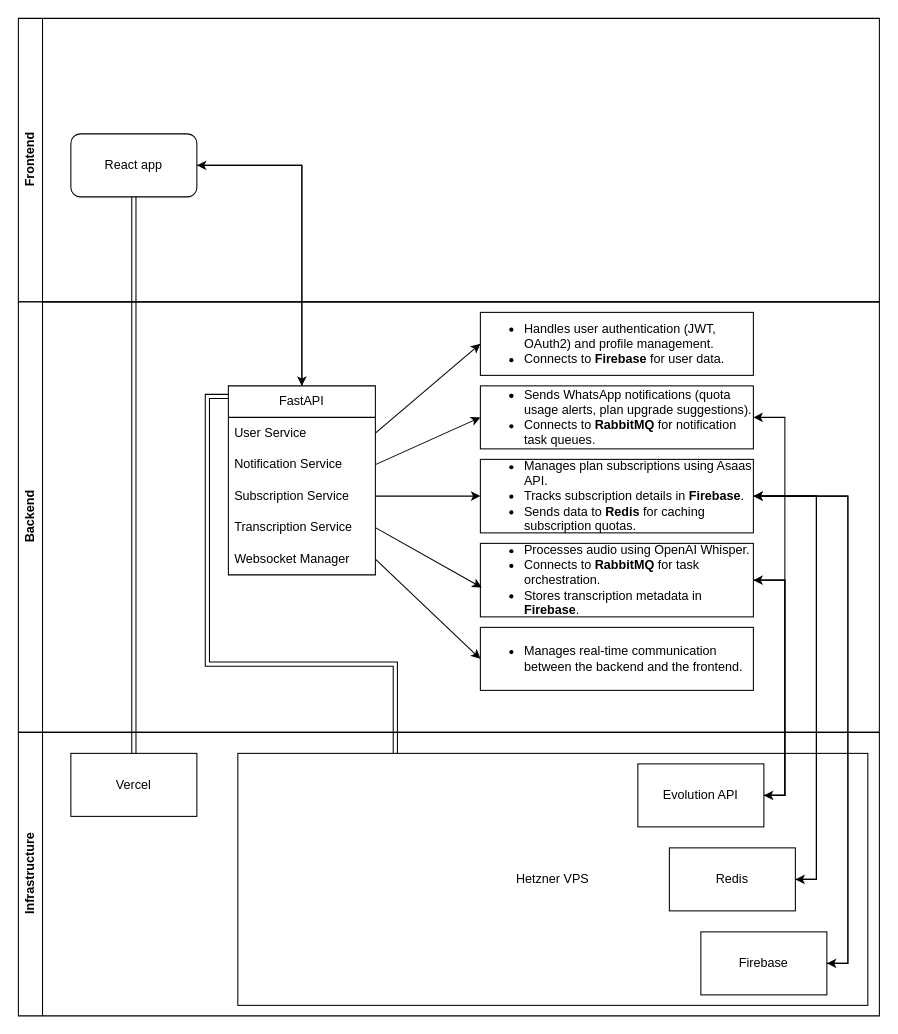
Earlier version of the draw.io diagram SystemDesign.drawio (gianverdum/CutTheChaseArchitecture). Source tidied: cells renumbered, new cells numbered last; positions are measured from the earlier drawing's top-left corner, leaving out a move shared by most shapes. Both pictures are drawn from the tidied source at 105%, with x=0, y=0 at pixel (18, 18).
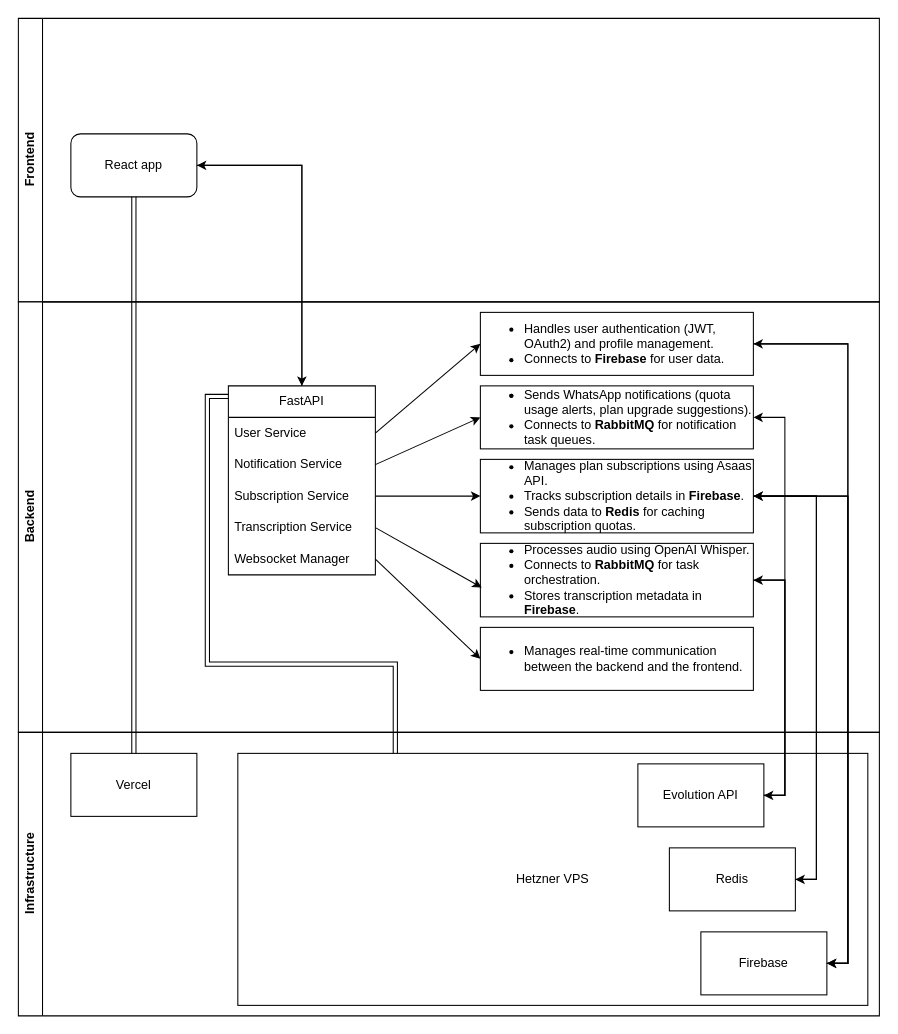
The same diagram, later.

Commit message:
Sysytem design v1.1

Unchanged cells that the change refers to:
```xml
<mxCell id="19" value="&lt;ul&gt;&lt;li&gt;Handles user authentication (JWT, OAuth2) and profile management.&lt;/li&gt;&lt;li&gt;Connects to &lt;strong&gt;Firebase&lt;/strong&gt; for user data.&lt;/li&gt;&lt;/ul&gt;" style="rounded=0;whiteSpace=wrap;html=1;align=left;" parent="4" vertex="1">
  <mxGeometry x="440" y="10" width="260" height="60" as="geometry" />
</mxCell>
<mxCell id="27" value="Firebase" style="rounded=0;whiteSpace=wrap;html=1;" parent="21" vertex="1">
  <mxGeometry x="650" y="190" width="120" height="60" as="geometry" />
</mxCell>
```

Change to the diagram source:
```diff
@@
+    <mxCell id="39" style="edgeStyle=orthogonalEdgeStyle;rounded=0;jettySize=auto;html=1;exitX=1;exitY=0.5;exitDx=0;exitDy=0;entryX=1;entryY=0.5;entryDx=0;entryDy=0;" parent="1" edge="1" source="19" target="27">
+      <mxGeometry relative="1" as="geometry" />
+    </mxCell>
+    <mxCell id="40" style="edgeStyle=orthogonalEdgeStyle;rounded=0;jettySize=auto;html=1;exitX=1;exitY=0.5;exitDx=0;exitDy=0;entryX=1;entryY=0.5;entryDx=0;entryDy=0;" parent="1" edge="1" source="27" target="19">
+      <mxGeometry relative="1" as="geometry" />
+    </mxCell>
```
